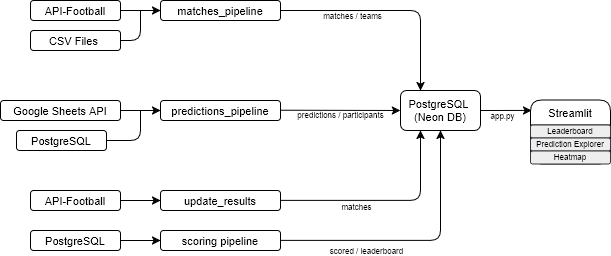
Before: assets/architecture.png, a diagram exported from draw.io (Javier6120/WC_2026_quin). Source tidied: cells renumbered, new cells last; positions are measured from the earlier drawing's top-left corner, leaving out a move shared by most shapes.
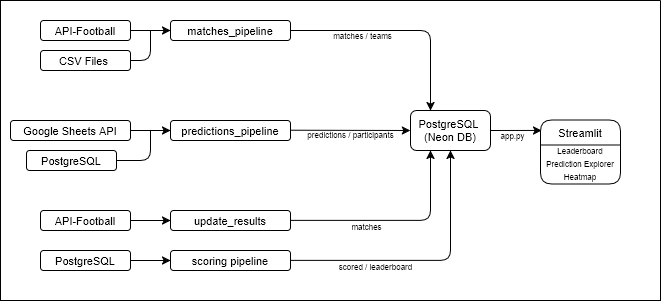
The same file after the commit.

Diff of the diagram source:
```diff
@@ -1,112 +1,115 @@
-<mxGraphModel>
+<mxGraphModel background="light-dark(#FFFFFF,#000000)">
   <root>
     <mxCell id="0" />
     <mxCell id="1" parent="0" />
-    <mxCell id="2" value="API-Football" style="rounded=1;whiteSpace=wrap;html=1;fontSize=11;" parent="1" vertex="1">
+    <mxCell id="2" value="API-Football" style="rounded=1;whiteSpace=wrap;html=1;fontSize=11;labelBackgroundColor=none;" parent="1" vertex="1">
       <mxGeometry x="30" width="90" height="20" as="geometry" />
     </mxCell>
-    <mxCell id="3" value="Google Sheets API" style="rounded=1;whiteSpace=wrap;html=1;fontSize=11;" parent="1" vertex="1">
+    <mxCell id="3" value="Google Sheets API" style="rounded=1;whiteSpace=wrap;html=1;fontSize=11;labelBackgroundColor=none;" parent="1" vertex="1">
       <mxGeometry y="100" width="120" height="20" as="geometry" />
     </mxCell>
-    <mxCell id="4" value="&lt;div&gt;CSV Files&amp;nbsp;&lt;/div&gt;" style="rounded=1;whiteSpace=wrap;html=1;fillColor=default;strokeColor=default;fontColor=default;labelBackgroundColor=none;fontSize=11;" parent="1" vertex="1">
+    <mxCell id="4" value="&lt;div&gt;CSV Files&amp;nbsp;&lt;/div&gt;" style="rounded=1;whiteSpace=wrap;html=1;labelBackgroundColor=none;fontSize=11;" parent="1" vertex="1">
       <mxGeometry x="30" y="30" width="90" height="20" as="geometry" />
     </mxCell>
-    <mxCell id="5" value="matches_pipeline" style="rounded=1;whiteSpace=wrap;html=1;fontSize=11;" parent="1" vertex="1">
+    <mxCell id="5" value="matches_pipeline" style="rounded=1;whiteSpace=wrap;html=1;fontSize=11;labelBackgroundColor=none;" parent="1" vertex="1">
       <mxGeometry x="160" width="120" height="20" as="geometry" />
     </mxCell>
-    <mxCell id="6" value="predictions_pipeline" style="rounded=1;whiteSpace=wrap;html=1;fontSize=11;" parent="1" vertex="1">
+    <mxCell id="6" value="predictions_pipeline" style="rounded=1;whiteSpace=wrap;html=1;fontSize=11;labelBackgroundColor=none;" parent="1" vertex="1">
       <mxGeometry x="160" y="100" width="120" height="20" as="geometry" />
     </mxCell>
-    <mxCell id="7" value="update_results" style="rounded=1;whiteSpace=wrap;html=1;fontSize=11;" parent="1" vertex="1">
+    <mxCell id="7" value="update_results" style="rounded=1;whiteSpace=wrap;html=1;fontSize=11;labelBackgroundColor=none;" parent="1" vertex="1">
       <mxGeometry x="160" y="190" width="120" height="20" as="geometry" />
     </mxCell>
-    <mxCell id="8" value="scoring pipeline" style="rounded=1;whiteSpace=wrap;html=1;fontSize=11;" parent="1" vertex="1">
+    <mxCell id="8" value="scoring pipeline" style="rounded=1;whiteSpace=wrap;html=1;fontSize=11;labelBackgroundColor=none;" parent="1" vertex="1">
       <mxGeometry x="160" y="230" width="120" height="20" as="geometry" />
     </mxCell>
-    <mxCell id="9" value="&lt;div&gt;PostgreSQL&amp;nbsp;&lt;/div&gt;&lt;div&gt;(Neon DB)&lt;/div&gt;" style="rounded=1;whiteSpace=wrap;html=1;fontSize=11;" parent="1" vertex="1">
+    <mxCell id="9" value="&lt;div&gt;PostgreSQL&amp;nbsp;&lt;/div&gt;&lt;div&gt;(Neon DB)&lt;/div&gt;" style="rounded=1;whiteSpace=wrap;html=1;fontSize=11;labelBackgroundColor=none;" parent="1" vertex="1">
       <mxGeometry x="400" y="90" width="80" height="40" as="geometry" />
     </mxCell>
-    <mxCell id="10" style="endArrow=classic;html=1;rounded=1;exitX=1;exitY=0.5;exitDx=0;exitDy=0;entryX=0;entryY=0.5;entryDx=0;entryDy=0;" parent="1" edge="1" source="2" target="5">
+    <mxCell id="10" style="endArrow=classic;html=1;rounded=1;exitX=1;exitY=0.5;exitDx=0;exitDy=0;entryX=0;entryY=0.5;entryDx=0;entryDy=0;labelBackgroundColor=none;fontColor=default;" parent="1" edge="1" source="2" target="5">
       <mxGeometry relative="1" as="geometry" />
     </mxCell>
-    <mxCell id="11" style="endArrow=none;html=1;rounded=1;exitX=1;exitY=0.5;exitDx=0;exitDy=0;edgeStyle=orthogonalEdgeStyle;" parent="1" edge="1" source="4">
+    <mxCell id="11" style="endArrow=none;html=1;rounded=1;exitX=1;exitY=0.5;exitDx=0;exitDy=0;edgeStyle=orthogonalEdgeStyle;labelBackgroundColor=none;fontColor=default;" parent="1" edge="1" source="4">
       <mxGeometry relative="1" as="geometry">
         <mxPoint x="140" y="10" as="targetPoint" />
       </mxGeometry>
     </mxCell>
-    <mxCell id="12" style="endArrow=classic;html=1;rounded=1;exitX=1;exitY=0.5;exitDx=0;exitDy=0;entryX=0;entryY=0.5;entryDx=0;entryDy=0;" parent="1" edge="1" source="3" target="6">
+    <mxCell id="12" style="endArrow=classic;html=1;rounded=1;exitX=1;exitY=0.5;exitDx=0;exitDy=0;entryX=0;entryY=0.5;entryDx=0;entryDy=0;labelBackgroundColor=none;fontColor=default;" parent="1" edge="1" source="3" target="6">
       <mxGeometry relative="1" as="geometry" />
     </mxCell>
-    <mxCell id="13" value="PostgreSQL" style="rounded=1;whiteSpace=wrap;html=1;fontSize=11;" parent="1" vertex="1">
+    <mxCell id="13" value="PostgreSQL" style="rounded=1;whiteSpace=wrap;html=1;fontSize=11;labelBackgroundColor=none;" parent="1" vertex="1">
       <mxGeometry x="16" y="130" width="90" height="20" as="geometry" />
     </mxCell>
-    <mxCell id="14" value="PostgreSQL" style="rounded=1;whiteSpace=wrap;html=1;fontSize=11;" parent="1" vertex="1">
+    <mxCell id="14" value="PostgreSQL" style="rounded=1;whiteSpace=wrap;html=1;fontSize=11;labelBackgroundColor=none;" parent="1" vertex="1">
       <mxGeometry x="30" y="230" width="90" height="20" as="geometry" />
     </mxCell>
-    <mxCell id="15" value="API-Football" style="rounded=1;whiteSpace=wrap;html=1;fontSize=11;" parent="1" vertex="1">
+    <mxCell id="15" value="API-Football" style="rounded=1;whiteSpace=wrap;html=1;fontSize=11;labelBackgroundColor=none;" parent="1" vertex="1">
       <mxGeometry x="30" y="190" width="90" height="20" as="geometry" />
     </mxCell>
-    <mxCell id="16" style="endArrow=classic;html=1;rounded=1;exitX=1;exitY=0.5;exitDx=0;exitDy=0;entryX=0;entryY=0.5;entryDx=0;entryDy=0;" parent="1" edge="1" source="15" target="7">
+    <mxCell id="16" style="endArrow=classic;html=1;rounded=1;exitX=1;exitY=0.5;exitDx=0;exitDy=0;entryX=0;entryY=0.5;entryDx=0;entryDy=0;labelBackgroundColor=none;fontColor=default;" parent="1" edge="1" source="15" target="7">
       <mxGeometry relative="1" as="geometry" />
     </mxCell>
-    <mxCell id="17" style="endArrow=classic;html=1;rounded=1;entryX=0;entryY=0.5;entryDx=0;entryDy=0;exitX=1;exitY=0.5;exitDx=0;exitDy=0;" parent="1" edge="1" source="14" target="8">
+    <mxCell id="17" style="endArrow=classic;html=1;rounded=1;entryX=0;entryY=0.5;entryDx=0;entryDy=0;exitX=1;exitY=0.5;exitDx=0;exitDy=0;labelBackgroundColor=none;fontColor=default;" parent="1" edge="1" source="14" target="8">
       <mxGeometry relative="1" as="geometry" />
     </mxCell>
-    <mxCell id="18" style="endArrow=classic;html=1;rounded=1;exitX=1;exitY=0.5;exitDx=0;exitDy=0;entryX=0.014;entryY=0.163;entryDx=0;entryDy=0;entryPerimeter=0;" parent="1" edge="1" source="9" target="20">
+    <mxCell id="18" style="endArrow=classic;html=1;rounded=1;exitX=1;exitY=0.5;exitDx=0;exitDy=0;entryX=0.014;entryY=0.163;entryDx=0;entryDy=0;entryPerimeter=0;labelBackgroundColor=none;fontColor=default;" parent="1" edge="1" source="9" target="20">
       <mxGeometry relative="1" as="geometry" />
     </mxCell>
-    <mxCell id="19" value="app.py" style="edgeLabel;html=1;align=center;verticalAlign=middle;labelBackgroundColor=default;fontSize=8;rounded=1;" parent="18" vertex="1">
+    <mxCell id="19" value="app.py" style="edgeLabel;html=1;align=center;verticalAlign=middle;labelBackgroundColor=none;fontSize=8;rounded=1;" parent="18" vertex="1">
       <mxGeometry relative="1" as="geometry">
         <mxPoint x="-4" y="6" as="offset" />
       </mxGeometry>
     </mxCell>
-    <mxCell id="20" value="Streamlit" style="swimlane;fontStyle=0;horizontal=1;startSize=25;whiteSpace=wrap;html=1;fontSize=11;rounded=1;" parent="1" vertex="1">
+    <mxCell id="20" value="Streamlit" style="swimlane;fontStyle=0;horizontal=1;startSize=25;whiteSpace=wrap;html=1;fontSize=11;rounded=1;labelBackgroundColor=none;" parent="1" vertex="1">
       <mxGeometry x="530" y="99.5" width="80" height="64" as="geometry" />
     </mxCell>
-    <mxCell id="21" value="&lt;div&gt;&lt;font&gt;Leaderboard&lt;/font&gt;&lt;/div&gt;" style="text;strokeColor=#36393d;fillColor=#eeeeee;align=center;verticalAlign=middle;spacingLeft=4;spacingRight=4;overflow=hidden;whiteSpace=wrap;html=1;fontSize=8;rounded=1;" parent="20" vertex="1">
+    <mxCell id="21" value="&lt;div&gt;&lt;font&gt;Leaderboard&lt;/font&gt;&lt;/div&gt;" style="text;align=center;verticalAlign=middle;spacingLeft=4;spacingRight=4;overflow=hidden;whiteSpace=wrap;html=1;fontSize=8;rounded=1;labelBackgroundColor=none;" parent="20" vertex="1">
       <mxGeometry y="25" width="80" height="13" as="geometry" />
     </mxCell>
-    <mxCell id="22" value="&lt;font&gt;Prediction Explorer&lt;/font&gt;" style="text;strokeColor=#36393d;fillColor=#eeeeee;align=center;verticalAlign=middle;spacingLeft=4;spacingRight=4;overflow=hidden;whiteSpace=wrap;html=1;fontSize=8;rounded=1;" parent="20" vertex="1">
+    <mxCell id="22" value="&lt;font&gt;Prediction Explorer&lt;/font&gt;" style="text;align=center;verticalAlign=middle;spacingLeft=4;spacingRight=4;overflow=hidden;whiteSpace=wrap;html=1;fontSize=8;rounded=1;labelBackgroundColor=none;" parent="20" vertex="1">
       <mxGeometry y="38" width="80" height="13" as="geometry" />
     </mxCell>
-    <mxCell id="23" value="&lt;font&gt;Heatmap&lt;/font&gt;" style="text;strokeColor=#36393d;fillColor=#eeeeee;align=center;verticalAlign=middle;spacingLeft=4;spacingRight=4;overflow=hidden;whiteSpace=wrap;html=1;fontSize=8;rounded=1;" parent="20" vertex="1">
+    <mxCell id="23" value="&lt;font&gt;Heatmap&lt;/font&gt;" style="text;align=center;verticalAlign=middle;spacingLeft=4;spacingRight=4;overflow=hidden;whiteSpace=wrap;html=1;fontSize=8;rounded=1;labelBackgroundColor=none;" parent="20" vertex="1">
       <mxGeometry y="51" width="80" height="13" as="geometry" />
     </mxCell>
-    <mxCell id="24" style="endArrow=classic;html=1;rounded=1;edgeStyle=orthogonalEdgeStyle;exitX=1;exitY=0.5;exitDx=0;exitDy=0;entryX=0.5;entryY=1;entryDx=0;entryDy=0;" parent="1" edge="1" source="8" target="9">
+    <mxCell id="24" style="endArrow=classic;html=1;rounded=1;edgeStyle=orthogonalEdgeStyle;exitX=1;exitY=0.5;exitDx=0;exitDy=0;entryX=0.5;entryY=1;entryDx=0;entryDy=0;labelBackgroundColor=none;fontColor=default;" parent="1" edge="1" source="8" target="9">
       <mxGeometry relative="1" as="geometry" />
     </mxCell>
-    <mxCell id="25" value="scored / leaderboard" style="edgeLabel;html=1;align=center;verticalAlign=middle;fontSize=8;rounded=1;" parent="24" vertex="1">
+    <mxCell id="25" value="scored / leaderboard" style="edgeLabel;html=1;align=center;verticalAlign=middle;fontSize=8;rounded=1;labelBackgroundColor=none;" parent="24" vertex="1">
       <mxGeometry relative="1" as="geometry">
-        <mxPoint x="-50" y="10" as="offset" />
+        <mxPoint x="-51" y="6" as="offset" />
       </mxGeometry>
     </mxCell>
-    <mxCell id="26" style="endArrow=classic;html=1;rounded=1;exitX=1;exitY=0.5;exitDx=0;exitDy=0;edgeStyle=orthogonalEdgeStyle;entryX=0.25;entryY=1;entryDx=0;entryDy=0;" parent="1" edge="1" source="7" target="9">
+    <mxCell id="26" style="endArrow=classic;html=1;rounded=1;exitX=1;exitY=0.5;exitDx=0;exitDy=0;edgeStyle=orthogonalEdgeStyle;entryX=0.25;entryY=1;entryDx=0;entryDy=0;labelBackgroundColor=none;fontColor=default;" parent="1" edge="1" source="7" target="9">
       <mxGeometry relative="1" as="geometry" />
     </mxCell>
-    <mxCell id="27" value="matches" style="edgeLabel;html=1;align=center;verticalAlign=middle;fontSize=8;rounded=1;" parent="26" vertex="1">
+    <mxCell id="27" value="matches" style="edgeLabel;html=1;align=center;verticalAlign=middle;fontSize=8;rounded=1;labelBackgroundColor=none;" parent="26" vertex="1">
       <mxGeometry relative="1" as="geometry">
         <mxPoint x="-30" y="6" as="offset" />
       </mxGeometry>
     </mxCell>
-    <mxCell id="28" style="endArrow=classic;html=1;rounded=1;exitX=1;exitY=0.5;exitDx=0;exitDy=0;edgeStyle=orthogonalEdgeStyle;entryX=0.25;entryY=0;entryDx=0;entryDy=0;" parent="1" edge="1" source="5" target="9">
+    <mxCell id="28" style="endArrow=classic;html=1;rounded=1;exitX=1;exitY=0.5;exitDx=0;exitDy=0;edgeStyle=orthogonalEdgeStyle;entryX=0.25;entryY=0;entryDx=0;entryDy=0;labelBackgroundColor=none;fontColor=default;" parent="1" edge="1" source="5" target="9">
       <mxGeometry relative="1" as="geometry" />
     </mxCell>
-    <mxCell id="29" value="matches / teams" style="edgeLabel;html=1;align=center;verticalAlign=middle;fontSize=8;rounded=1;" parent="28" vertex="1">
+    <mxCell id="29" value="matches / teams" style="edgeLabel;html=1;align=center;verticalAlign=middle;fontSize=8;rounded=1;labelBackgroundColor=none;" parent="28" vertex="1">
       <mxGeometry relative="1" as="geometry">
         <mxPoint x="-39" y="5" as="offset" />
       </mxGeometry>
     </mxCell>
-    <mxCell id="30" style="endArrow=classic;html=1;rounded=1;fontSize=8;entryX=0;entryY=0.5;entryDx=0;entryDy=0;" parent="1" edge="1" target="9">
+    <mxCell id="30" style="endArrow=classic;html=1;rounded=1;fontSize=8;entryX=0;entryY=0.5;entryDx=0;entryDy=0;labelBackgroundColor=none;fontColor=default;" parent="1" edge="1" target="9">
       <mxGeometry relative="1" as="geometry">
         <mxPoint x="280" y="109.7" as="sourcePoint" />
       </mxGeometry>
     </mxCell>
-    <mxCell id="31" value="predictions / participants" style="edgeLabel;html=1;align=center;verticalAlign=middle;fontSize=8;rounded=1;" parent="30" vertex="1">
+    <mxCell id="31" value="predictions / participants" style="edgeLabel;html=1;align=center;verticalAlign=middle;fontSize=8;rounded=1;labelBackgroundColor=none;" parent="30" vertex="1">
       <mxGeometry relative="1" as="geometry">
         <mxPoint y="5" as="offset" />
       </mxGeometry>
     </mxCell>
+    <mxCell id="33" style="swimlane;startSize=0;fontColor=light-dark(#000000,#000000);labelBackgroundColor=default;labelBorderColor=none;" parent="1" vertex="1">
+      <mxGeometry x="-10" y="-20" width="660" height="300" as="geometry" />
+    </mxCell>
-    <mxCell id="32" style="endArrow=none;html=1;rounded=1;exitX=1;exitY=0.5;exitDx=0;exitDy=0;edgeStyle=orthogonalEdgeStyle;" parent="1" edge="1" source="13">
+    <mxCell id="32" style="endArrow=none;html=1;rounded=1;exitX=1;exitY=0.5;exitDx=0;exitDy=0;edgeStyle=orthogonalEdgeStyle;labelBackgroundColor=none;fontColor=default;" parent="1" edge="1" source="13">
       <mxGeometry relative="1" as="geometry">
         <mxPoint x="140" y="110" as="targetPoint" />
       </mxGeometry>
```
